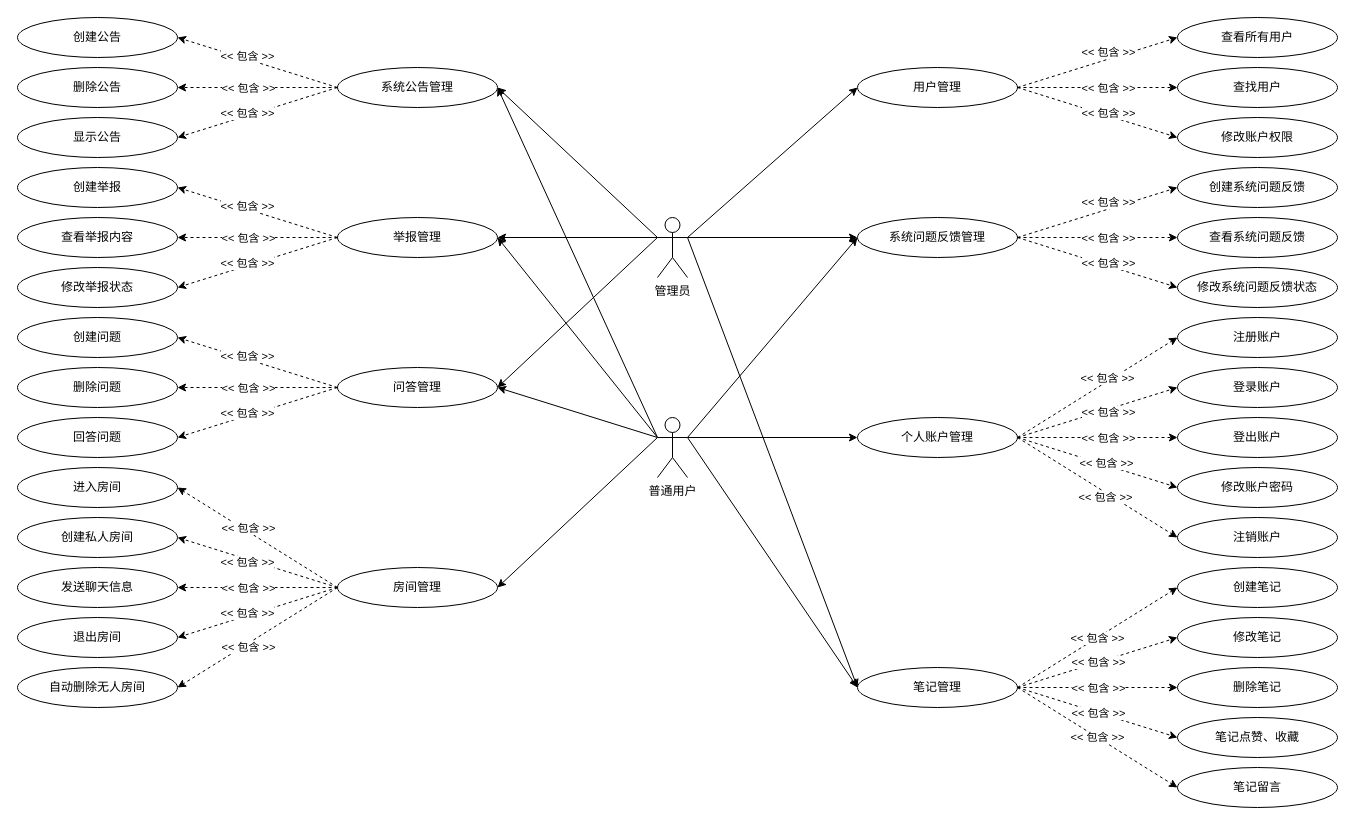
Before: page "用例图" (1 of 3) of Document/需求规格说明书/流程图与用例图/需求规格说明书流程图与用例图.drawio in jeremyytann/BUAA-SE-LetStudy, a draw.io diagram. Source tidied: cells renumbered, new cells numbered last; positions are measured from the earlier drawing's top-left corner, leaving out a move shared by most shapes. Both pictures are drawn from the tidied source at 100%, with x=0, y=0 at pixel (17, 17).
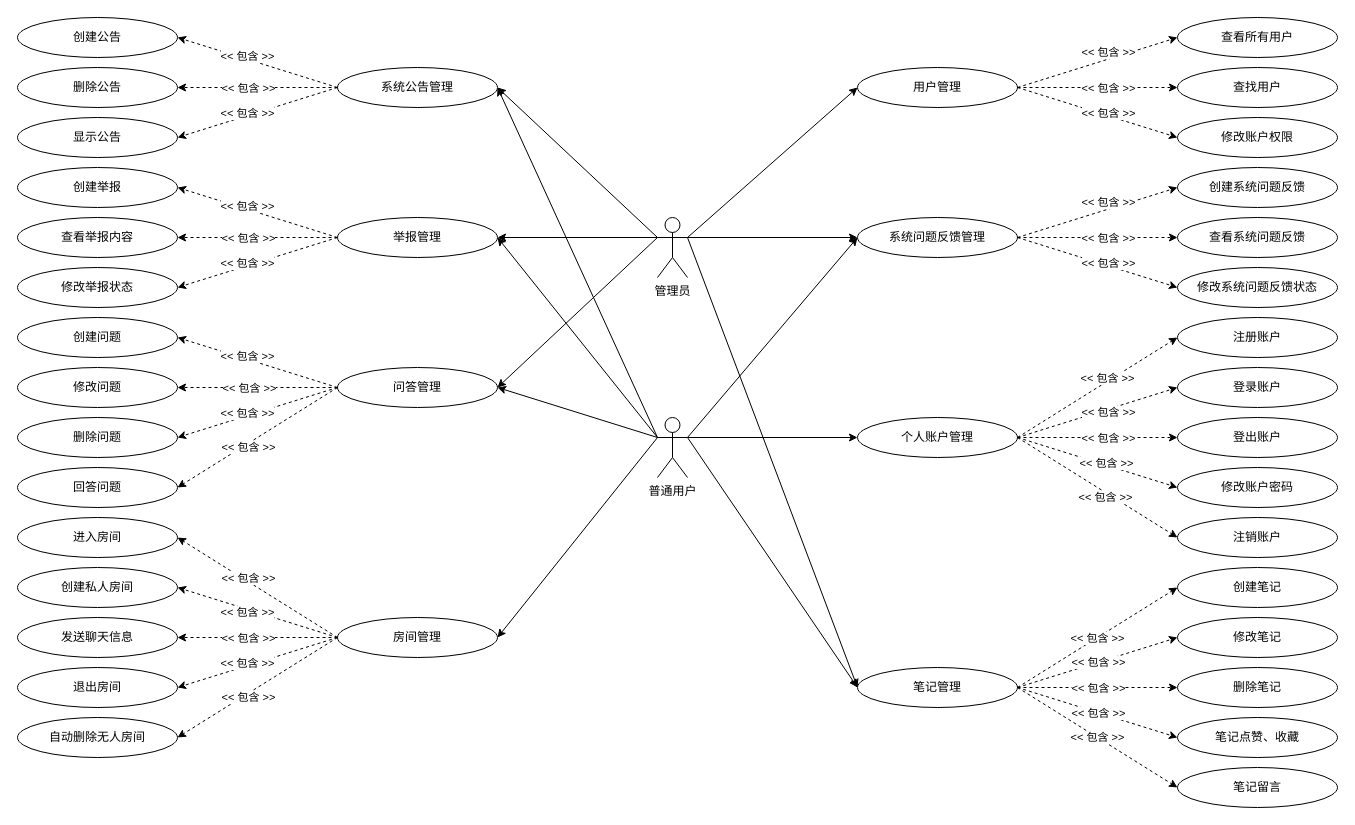
Above is the later version.

The change refers to these unchanged cells:
```xml
<mxCell id="55" value="问答管理" style="ellipse;whiteSpace=wrap;html=1;" parent="1" vertex="1">
  <mxGeometry x="320" y="350" width="160" height="40" as="geometry" />
</mxCell>
<mxCell id="62" style="endArrow=classic;html=1;rounded=0;dashed=1;entryX=1;entryY=0.5;entryDx=0;entryDy=0;exitX=0;exitY=0.5;exitDx=0;exitDy=0;" parent="1" edge="1" source="55" target="58">
  <mxGeometry relative="1" as="geometry" />
</mxCell>
```

What changed in the source:
```diff
@@
     <mxCell id="22" value="房间管理" style="ellipse;whiteSpace=wrap;html=1;" parent="1" vertex="1">
-      <mxGeometry x="320" y="550" width="160" height="40" as="geometry" />
+      <mxGeometry x="320" y="600" width="160" height="40" as="geometry" />
     </mxCell>
     <mxCell id="23" value="进入房间" style="ellipse;whiteSpace=wrap;html=1;" parent="1" vertex="1">
-      <mxGeometry y="450" width="160" height="40" as="geometry" />
+      <mxGeometry y="500" width="160" height="40" as="geometry" />
     </mxCell>
     <mxCell id="24" value="创建私人房间" style="ellipse;whiteSpace=wrap;html=1;" parent="1" vertex="1">
-      <mxGeometry y="500" width="160" height="40" as="geometry" />
+      <mxGeometry y="550" width="160" height="40" as="geometry" />
     </mxCell>
     <mxCell id="25" value="发送聊天信息" style="ellipse;whiteSpace=wrap;html=1;" parent="1" vertex="1">
-      <mxGeometry y="550" width="160" height="40" as="geometry" />
+      <mxGeometry y="600" width="160" height="40" as="geometry" />
     </mxCell>
     <mxCell id="26" value="退出房间" style="ellipse;whiteSpace=wrap;html=1;" parent="1" vertex="1">
-      <mxGeometry y="600" width="160" height="40" as="geometry" />
+      <mxGeometry y="650" width="160" height="40" as="geometry" />
     </mxCell>
     <mxCell id="27" value="自动删除无人房间" style="ellipse;whiteSpace=wrap;html=1;" parent="1" vertex="1">
-      <mxGeometry y="650" width="160" height="40" as="geometry" />
+      <mxGeometry y="700" width="160" height="40" as="geometry" />
     </mxCell>
-    <mxCell id="28" style="endArrow=classic;html=1;rounded=0;dashed=1;entryX=1;entryY=0.5;entryDx=0;entryDy=0;exitX=0;exitY=0.5;exitDx=0;exitDy=0;" parent="1" edge="1" source="22" target="23">
-      <mxGeometry relative="1" as="geometry" />
+    <mxCell id="28" style="endArrow=classic;html=1;rounded=0;dashed=1;entryX=1;entryY=0.5;entryDx=0;entryDy=0;exitX=0;exitY=0.5;exitDx=0;exitDy=0;" parent="1" edge="1" target="23">
+      <mxGeometry relative="1" as="geometry">
+        <mxPoint x="320" y="620" as="sourcePoint" />
+      </mxGeometry>
     </mxCell>
@@
-    <mxCell id="30" style="endArrow=classic;html=1;rounded=0;dashed=1;exitX=0;exitY=0.5;exitDx=0;exitDy=0;entryX=1;entryY=0.5;entryDx=0;entryDy=0;" parent="1" edge="1" source="22" target="24">
-      <mxGeometry relative="1" as="geometry" />
+    <mxCell id="30" style="endArrow=classic;html=1;rounded=0;dashed=1;exitX=0;exitY=0.5;exitDx=0;exitDy=0;entryX=1;entryY=0.5;entryDx=0;entryDy=0;" parent="1" edge="1" target="24">
+      <mxGeometry relative="1" as="geometry">
+        <mxPoint x="320" y="620" as="sourcePoint" />
+      </mxGeometry>
     </mxCell>
@@
-    <mxCell id="32" style="endArrow=classic;html=1;rounded=0;dashed=1;entryX=1;entryY=0.5;entryDx=0;entryDy=0;exitX=0;exitY=0.5;exitDx=0;exitDy=0;" parent="1" edge="1" source="22" target="25">
-      <mxGeometry relative="1" as="geometry" />
+    <mxCell id="32" style="endArrow=classic;html=1;rounded=0;dashed=1;entryX=1;entryY=0.5;entryDx=0;entryDy=0;exitX=0;exitY=0.5;exitDx=0;exitDy=0;" parent="1" edge="1" target="25">
+      <mxGeometry relative="1" as="geometry">
+        <mxPoint x="320" y="620" as="sourcePoint" />
+      </mxGeometry>
     </mxCell>
@@
-    <mxCell id="34" style="endArrow=classic;html=1;rounded=0;dashed=1;entryX=1;entryY=0.5;entryDx=0;entryDy=0;exitX=0;exitY=0.5;exitDx=0;exitDy=0;" parent="1" edge="1" source="22" target="26">
-      <mxGeometry relative="1" as="geometry" />
+    <mxCell id="34" style="endArrow=classic;html=1;rounded=0;dashed=1;entryX=1;entryY=0.5;entryDx=0;entryDy=0;exitX=0;exitY=0.5;exitDx=0;exitDy=0;" parent="1" edge="1" target="26">
+      <mxGeometry relative="1" as="geometry">
+        <mxPoint x="320" y="620" as="sourcePoint" />
+      </mxGeometry>
     </mxCell>
@@
-    <mxCell id="36" style="endArrow=classic;html=1;rounded=0;dashed=1;entryX=1;entryY=0.5;entryDx=0;entryDy=0;exitX=0;exitY=0.5;exitDx=0;exitDy=0;" parent="1" edge="1" source="22" target="27">
-      <mxGeometry relative="1" as="geometry" />
+    <mxCell id="36" style="endArrow=classic;html=1;rounded=0;dashed=1;entryX=1;entryY=0.5;entryDx=0;entryDy=0;exitX=0;exitY=0.5;exitDx=0;exitDy=0;" parent="1" edge="1" target="27">
+      <mxGeometry relative="1" as="geometry">
+        <mxPoint x="320" y="620" as="sourcePoint" />
+      </mxGeometry>
     </mxCell>
@@
+    <mxCell id="115" style="edgeStyle=orthogonalEdgeStyle;rounded=0;jettySize=auto;html=1;exitX=0;exitY=0.5;exitDx=0;exitDy=0;entryX=1;entryY=0.5;entryDx=0;entryDy=0;dashed=1;" parent="1" edge="1" source="55" target="116">
+      <mxGeometry relative="1" as="geometry" />
+    </mxCell>
@@
     <mxCell id="57" value="删除问题" style="ellipse;whiteSpace=wrap;html=1;" parent="1" vertex="1">
-      <mxGeometry y="350" width="160" height="40" as="geometry" />
+      <mxGeometry y="400" width="160" height="40" as="geometry" />
     </mxCell>
     <mxCell id="58" value="回答问题" style="ellipse;whiteSpace=wrap;html=1;" parent="1" vertex="1">
-      <mxGeometry y="400" width="160" height="40" as="geometry" />
+      <mxGeometry y="450" width="160" height="40" as="geometry" />
     </mxCell>
@@
     <mxCell id="63" value="&amp;lt;&amp;lt; 包含 &amp;gt;&amp;gt;" style="edgeLabel;html=1;align=center;verticalAlign=middle;" parent="62" vertex="1">
       <mxGeometry relative="1" as="geometry">
-        <mxPoint x="-10" as="offset" />
+        <mxPoint x="-10" y="10" as="offset" />
       </mxGeometry>
     </mxCell>
@@
+    <mxCell id="116" value="修改问题" style="ellipse;whiteSpace=wrap;html=1;" parent="1" vertex="1">
+      <mxGeometry y="350" width="160" height="40" as="geometry" />
+    </mxCell>
+    <mxCell id="117" value="&amp;lt;&amp;lt; 包含 &amp;gt;&amp;gt;" style="edgeLabel;html=1;align=center;verticalAlign=middle;" parent="1" vertex="1">
+      <mxGeometry x="239.8" y="348.9" as="geometry">
+        <mxPoint x="-8" y="22" as="offset" />
+      </mxGeometry>
+    </mxCell>
```
